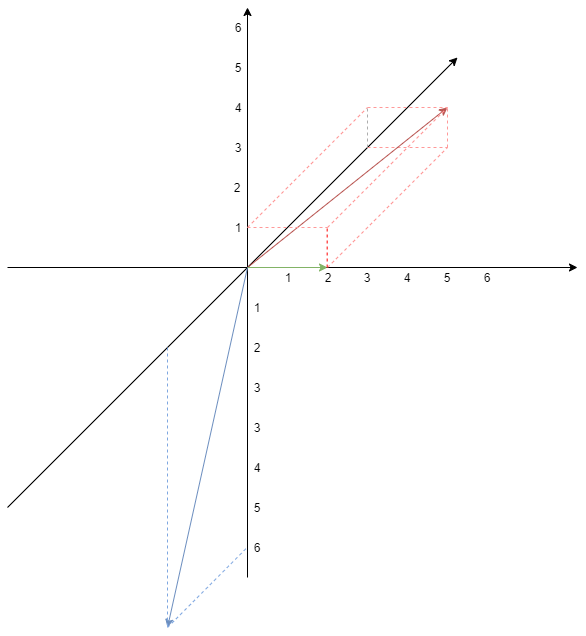
The draw.io diagram images/Vector/3dOuterProduct.png in JJANGDOLL/JJANGDOLL.github.io, before a commit. Source tidied: cells renumbered, new cells last; positions are measured from the earlier drawing's top-left corner, leaving out a move shared by most shapes.
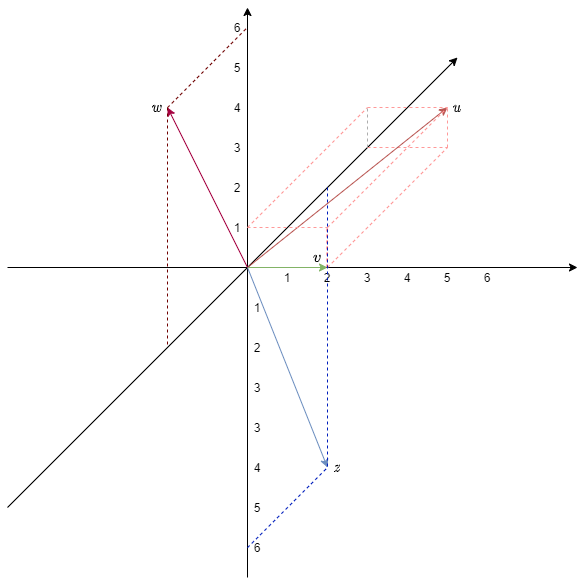
After the commit.

The edit, as a diff of the source:
```diff
@@ -1,4 +1,4 @@
-<mxGraphModel background="#ffffff">
+<mxGraphModel background="#ffffff" math="1">
   <root>
     <mxCell id="0" />
     <mxCell id="1" parent="0" />
@@ -125,13 +125,13 @@
     <mxCell id="28" style="endArrow=classic;html=1;strokeColor=#6c8ebf;fillColor=#dae8fc;" parent="1" edge="1">
       <mxGeometry relative="1" as="geometry">
         <mxPoint x="240" y="260" as="sourcePoint" />
-        <mxPoint x="160" y="620" as="targetPoint" />
+        <mxPoint x="320" y="460" as="targetPoint" />
       </mxGeometry>
     </mxCell>
-    <mxCell id="29" style="endArrow=none;dashed=1;html=1;fillColor=#dae8fc;strokeColor=#7FA7E0;" parent="1" edge="1">
+    <mxCell id="29" style="endArrow=none;dashed=1;html=1;fillColor=#a20025;strokeColor=#6F0000;" parent="1" edge="1">
       <mxGeometry relative="1" as="geometry">
-        <mxPoint x="160" y="620" as="sourcePoint" />
-        <mxPoint x="240" y="539.7" as="targetPoint" />
+        <mxPoint x="160" y="100.2" as="sourcePoint" />
+        <mxPoint x="240" y="19.8" as="targetPoint" />
       </mxGeometry>
     </mxCell>
     <mxCell id="30" value="1" style="text;html=1;strokeColor=none;fillColor=none;align=center;verticalAlign=middle;whiteSpace=wrap;rounded=0;" parent="1" vertex="1">
@@ -155,11 +155,41 @@
     <mxCell id="36" value="6" style="text;html=1;strokeColor=none;fillColor=none;align=center;verticalAlign=middle;whiteSpace=wrap;rounded=0;" parent="1" vertex="1">
       <mxGeometry x="240" y="530" width="20" height="20" as="geometry" />
     </mxCell>
-    <mxCell id="37" style="endArrow=none;dashed=1;html=1;fillColor=#dae8fc;strokeColor=#7FA7E0;" parent="1" edge="1">
-      <mxGeometry relative="1" as="geometry">
-        <mxPoint x="160" y="340" as="sourcePoint" />
-        <mxPoint x="160" y="620" as="targetPoint" />
-      </mxGeometry>
-    </mxCell>
+    <mxCell id="38" style="endArrow=none;html=1;strokeColor=#A50040;fillColor=#d80073;startArrow=classic;startFill=1;endFill=0;" parent="1" edge="1">
+      <mxGeometry relative="1" as="geometry">
+        <mxPoint x="160" y="100" as="sourcePoint" />
+        <mxPoint x="240" y="260" as="targetPoint" />
+      </mxGeometry>
+    </mxCell>
+    <mxCell id="39" style="endArrow=none;dashed=1;html=1;fillColor=#a20025;strokeColor=#6F0000;" parent="1" edge="1">
+      <mxGeometry relative="1" as="geometry">
+        <mxPoint x="160" y="100" as="sourcePoint" />
+        <mxPoint x="160" y="340" as="targetPoint" />
+      </mxGeometry>
+    </mxCell>
+    <mxCell id="40" style="endArrow=none;dashed=1;html=1;fillColor=#0050ef;strokeColor=#001DBC;" parent="1" edge="1">
+      <mxGeometry relative="1" as="geometry">
+        <mxPoint x="320" y="180" as="sourcePoint" />
+        <mxPoint x="320" y="460" as="targetPoint" />
+      </mxGeometry>
+    </mxCell>
+    <mxCell id="41" style="endArrow=none;dashed=1;html=1;fillColor=#0050ef;strokeColor=#001DBC;" parent="1" edge="1">
+      <mxGeometry relative="1" as="geometry">
+        <mxPoint x="240" y="540.2" as="sourcePoint" />
+        <mxPoint x="320" y="460" as="targetPoint" />
+      </mxGeometry>
+    </mxCell>
+    <mxCell id="42" value="`u`" style="text;html=1;strokeColor=none;fillColor=none;align=center;verticalAlign=middle;whiteSpace=wrap;rounded=0;" parent="1" vertex="1">
+      <mxGeometry x="430" y="90" width="40" height="20" as="geometry" />
+    </mxCell>
+    <mxCell id="43" value="`v`" style="text;html=1;strokeColor=none;fillColor=none;align=center;verticalAlign=middle;whiteSpace=wrap;rounded=0;" parent="1" vertex="1">
+      <mxGeometry x="290" y="240" width="40" height="20" as="geometry" />
+    </mxCell>
+    <mxCell id="44" value="`w`" style="text;html=1;strokeColor=none;fillColor=none;align=center;verticalAlign=middle;whiteSpace=wrap;rounded=0;" parent="1" vertex="1">
+      <mxGeometry x="130" y="90" width="40" height="20" as="geometry" />
+    </mxCell>
+    <mxCell id="45" value="`z`" style="text;html=1;strokeColor=none;fillColor=none;align=center;verticalAlign=middle;whiteSpace=wrap;rounded=0;" parent="1" vertex="1">
+      <mxGeometry x="310" y="450" width="40" height="20" as="geometry" />
+    </mxCell>
   </root>
 </mxGraphModel>
```
